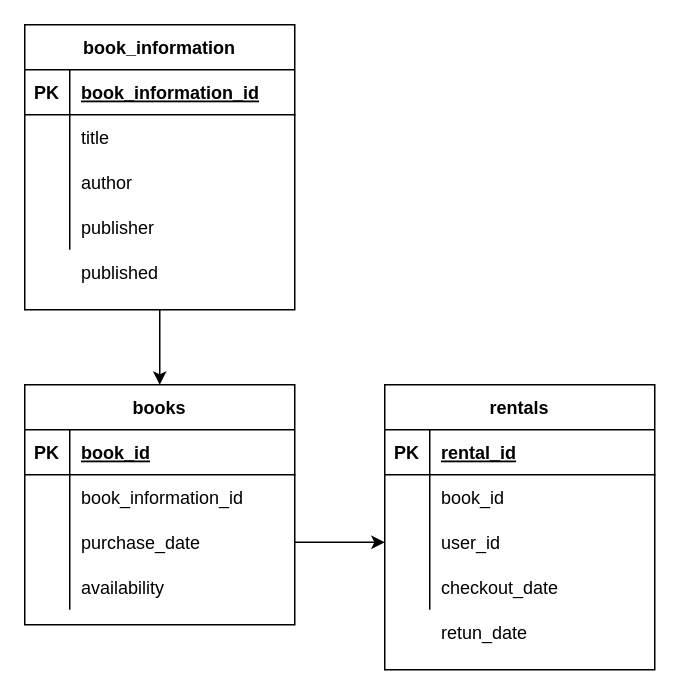
Before: book.dio in naka848/books, a draw.io diagram. Source tidied: cells renumbered, new cells numbered last; positions are measured from the earlier drawing's top-left corner, leaving out a move shared by most shapes. Both pictures are drawn from the tidied source at 150%, with x=0, y=0 at pixel (24, 24).
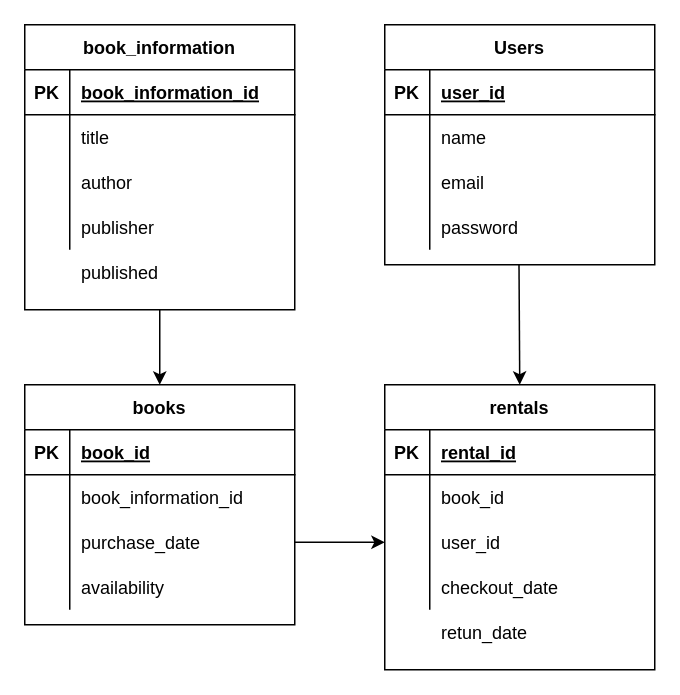
Above is the later version.

Unchanged cells that the change refers to:
```xml
<mxCell id="31" value="rentals" style="shape=table;startSize=30;childLayout=tableLayout;rowLines=0;fontStyle=1;align=center;" parent="1" vertex="1">
  <mxGeometry x="240" y="240" width="180" height="190" as="geometry" />
</mxCell>
```

The edit, as a diff of the source:
```diff
@@
+    <mxCell id="45" value="Users" style="shape=table;startSize=30;childLayout=tableLayout;rowLines=0;fontStyle=1;align=center;" parent="1" vertex="1">
+      <mxGeometry x="240" width="180" height="160" as="geometry" />
+    </mxCell>
+    <mxCell id="46" style="shape=partialRectangle;fillColor=none;top=0;left=0;bottom=1;right=0;" parent="45" vertex="1">
+      <mxGeometry y="30" width="180" height="30" as="geometry" />
+    </mxCell>
+    <mxCell id="47" value="PK" style="shape=partialRectangle;fillColor=none;top=0;left=0;bottom=0;right=0;fontStyle=1;overflow=hidden;" parent="46" vertex="1">
+      <mxGeometry width="30" height="30" as="geometry" />
+    </mxCell>
+    <mxCell id="48" value="user_id" style="shape=partialRectangle;fillColor=none;top=0;left=0;bottom=0;right=0;align=left;spacingLeft=6;fontStyle=5;overflow=hidden;" parent="46" vertex="1">
+      <mxGeometry x="30" width="150" height="30" as="geometry" />
+    </mxCell>
+    <mxCell id="49" style="shape=partialRectangle;fillColor=none;top=0;left=0;bottom=0;right=0;" parent="45" vertex="1">
+      <mxGeometry y="60" width="180" height="30" as="geometry" />
+    </mxCell>
+    <mxCell id="50" style="shape=partialRectangle;fillColor=none;top=0;left=0;bottom=0;right=0;overflow=hidden;" parent="49" vertex="1">
+      <mxGeometry width="30" height="30" as="geometry" />
+    </mxCell>
+    <mxCell id="51" value="name" style="shape=partialRectangle;fillColor=none;top=0;left=0;bottom=0;right=0;align=left;spacingLeft=6;overflow=hidden;" parent="49" vertex="1">
+      <mxGeometry x="30" width="150" height="30" as="geometry" />
+    </mxCell>
+    <mxCell id="52" style="shape=partialRectangle;fillColor=none;top=0;left=0;bottom=0;right=0;" parent="45" vertex="1">
+      <mxGeometry y="90" width="180" height="30" as="geometry" />
+    </mxCell>
+    <mxCell id="53" style="shape=partialRectangle;fillColor=none;top=0;left=0;bottom=0;right=0;overflow=hidden;" parent="52" vertex="1">
+      <mxGeometry width="30" height="30" as="geometry" />
+    </mxCell>
+    <mxCell id="54" value="email" style="shape=partialRectangle;fillColor=none;top=0;left=0;bottom=0;right=0;align=left;spacingLeft=6;overflow=hidden;" parent="52" vertex="1">
+      <mxGeometry x="30" width="150" height="30" as="geometry" />
+    </mxCell>
+    <mxCell id="55" style="shape=partialRectangle;fillColor=none;top=0;left=0;bottom=0;right=0;" parent="45" vertex="1">
+      <mxGeometry y="120" width="180" height="30" as="geometry" />
+    </mxCell>
+    <mxCell id="56" style="shape=partialRectangle;fillColor=none;top=0;left=0;bottom=0;right=0;overflow=hidden;" parent="55" vertex="1">
+      <mxGeometry width="30" height="30" as="geometry" />
+    </mxCell>
+    <mxCell id="57" value="password" style="shape=partialRectangle;fillColor=none;top=0;left=0;bottom=0;right=0;align=left;spacingLeft=6;overflow=hidden;" parent="55" vertex="1">
+      <mxGeometry x="30" width="150" height="30" as="geometry" />
+    </mxCell>
+    <mxCell id="58" style="edgeStyle=none;html=1;exitX=0.5;exitY=1;exitDx=0;exitDy=0;entryX=0.5;entryY=0;entryDx=0;entryDy=0;" parent="1" edge="1" target="31">
+      <mxGeometry relative="1" as="geometry">
+        <mxPoint x="329.5" y="160" as="sourcePoint" />
+      </mxGeometry>
+    </mxCell>
```
